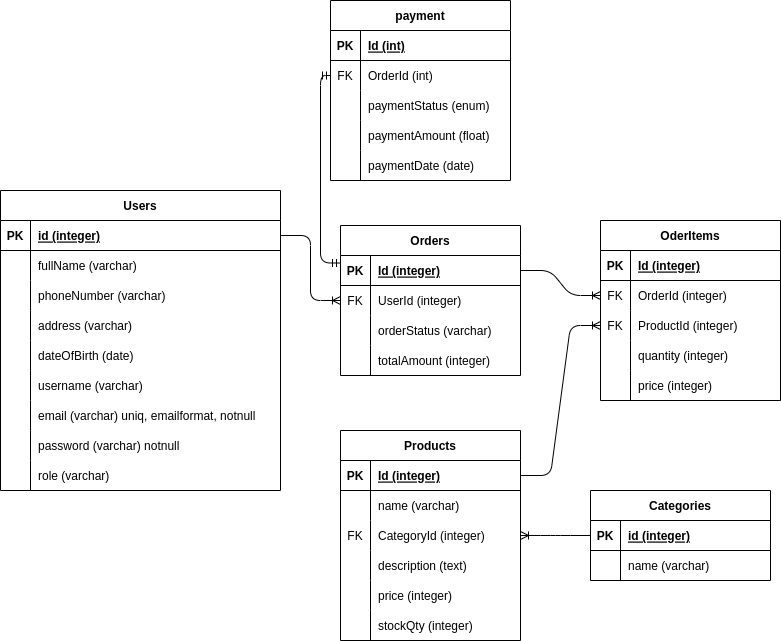
Before: schema.drawio.png, a diagram exported from draw.io (nrahmatk/Hackvit8-Shop). Source tidied: cells renumbered, new cells last; positions are measured from the earlier drawing's top-left corner, leaving out a move shared by most shapes.
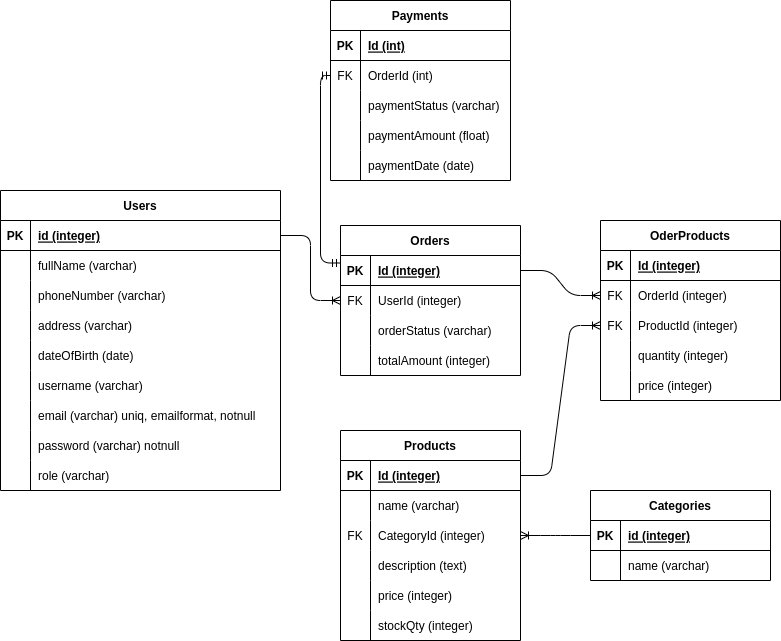
The same file after the commit.

Change to the diagram source:
```diff
@@ -209,7 +209,7 @@
     <mxCell id="70" style="edgeStyle=entityRelationEdgeStyle;fontSize=12;html=1;endArrow=ERoneToMany;entryX=0;entryY=0.5;entryDx=0;entryDy=0;exitX=1;exitY=0.5;exitDx=0;exitDy=0;" parent="1" edge="1" source="3" target="61">
       <mxGeometry relative="1" as="geometry" />
     </mxCell>
-    <mxCell id="71" value="OderItems" style="shape=table;startSize=30;rowLines=0;fontStyle=1;align=center;" parent="1" vertex="1">
+    <mxCell id="71" value="OderProducts" style="shape=table;startSize=30;rowLines=0;fontStyle=1;align=center;" parent="1" vertex="1">
       <mxGeometry x="600" y="220" width="180" height="180" as="geometry" />
     </mxCell>
     <mxCell id="72" style="shape=tableRow;horizontal=0;startSize=0;swimlaneHead=0;swimlaneBody=0;fillColor=none;top=0;left=0;right=0;bottom=1;" parent="71" vertex="1">
@@ -263,7 +263,7 @@
     <mxCell id="88" style="edgeStyle=entityRelationEdgeStyle;fontSize=12;html=1;endArrow=ERoneToMany;entryX=0;entryY=0.5;entryDx=0;entryDy=0;exitX=1;exitY=0.5;exitDx=0;exitDy=0;" parent="1" edge="1" source="38" target="78">
       <mxGeometry relative="1" as="geometry" />
     </mxCell>
-    <mxCell id="89" value="payment" style="shape=table;startSize=30;rowLines=0;fontStyle=1;align=center;" parent="1" vertex="1">
+    <mxCell id="89" value="Payments" style="shape=table;startSize=30;rowLines=0;fontStyle=1;align=center;" parent="1" vertex="1">
       <mxGeometry x="330" width="180" height="180" as="geometry" />
     </mxCell>
     <mxCell id="90" style="shape=tableRow;horizontal=0;startSize=0;swimlaneHead=0;swimlaneBody=0;fillColor=none;top=0;left=0;right=0;bottom=1;" parent="89" vertex="1">
@@ -290,7 +290,7 @@
     <mxCell id="97" style="shape=partialRectangle;fillColor=none;top=0;left=0;bottom=0;right=0;overflow=hidden;" parent="96" vertex="1">
       <mxGeometry width="30" height="30" as="geometry" />
     </mxCell>
-    <mxCell id="98" value="paymentStatus (enum)" style="shape=partialRectangle;fillColor=none;top=0;left=0;bottom=0;right=0;align=left;spacingLeft=6;overflow=hidden;" parent="96" vertex="1">
+    <mxCell id="98" value="paymentStatus (varchar)" style="shape=partialRectangle;fillColor=none;top=0;left=0;bottom=0;right=0;align=left;spacingLeft=6;overflow=hidden;" parent="96" vertex="1">
       <mxGeometry x="30" width="150" height="30" as="geometry" />
     </mxCell>
     <mxCell id="99" style="shape=tableRow;horizontal=0;startSize=0;swimlaneHead=0;swimlaneBody=0;fillColor=none;top=0;left=0;right=0;bottom=0;" parent="89" vertex="1">
```
